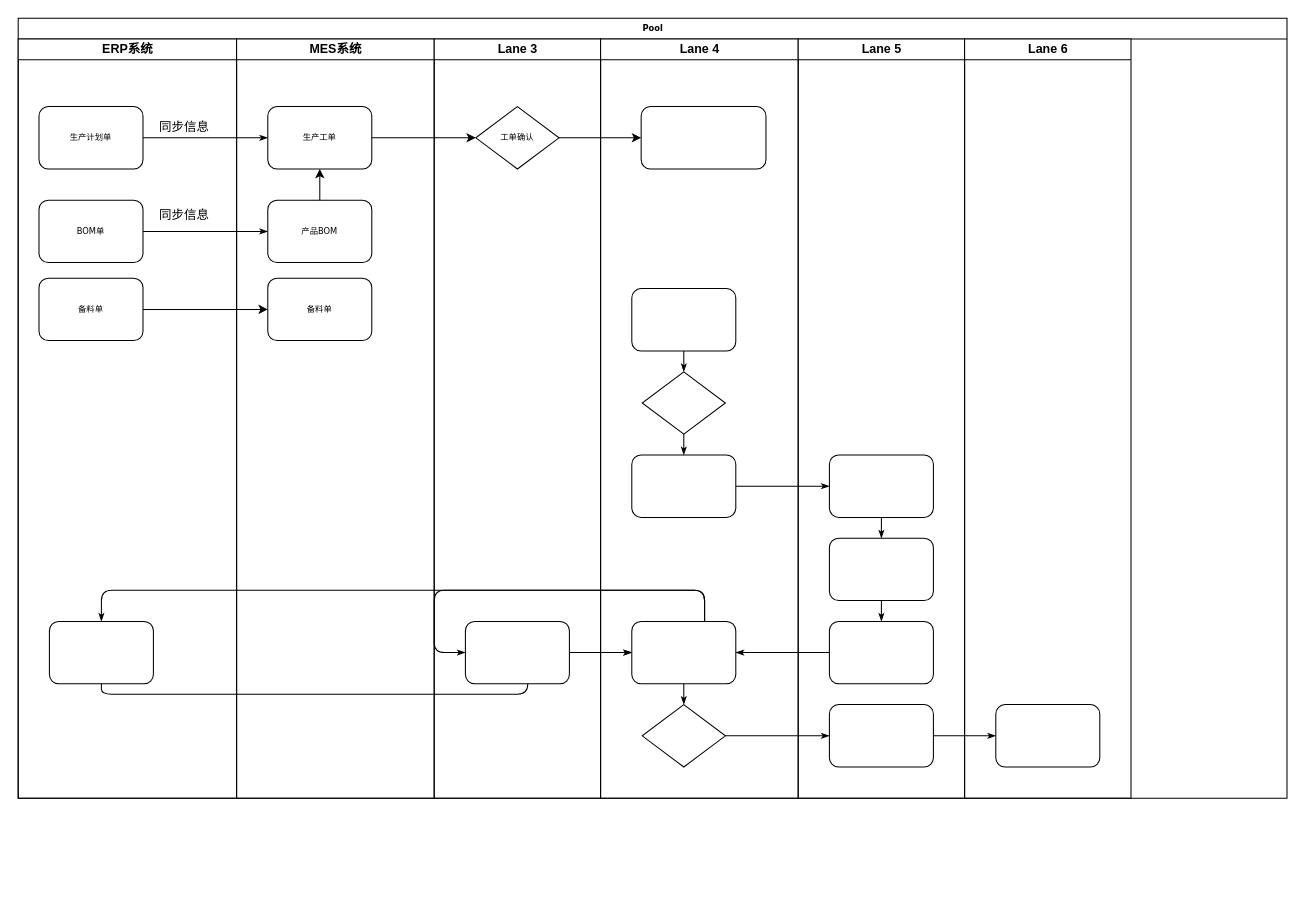
Before: data/MES.drawio in chenyanxi/hosts, a draw.io diagram. Source tidied: cells renumbered, new cells numbered last; positions are measured from the earlier drawing's top-left corner, leaving out a move shared by most shapes. Both pictures are drawn from the tidied source at 104%, with x=0, y=0 at pixel (18, 18).
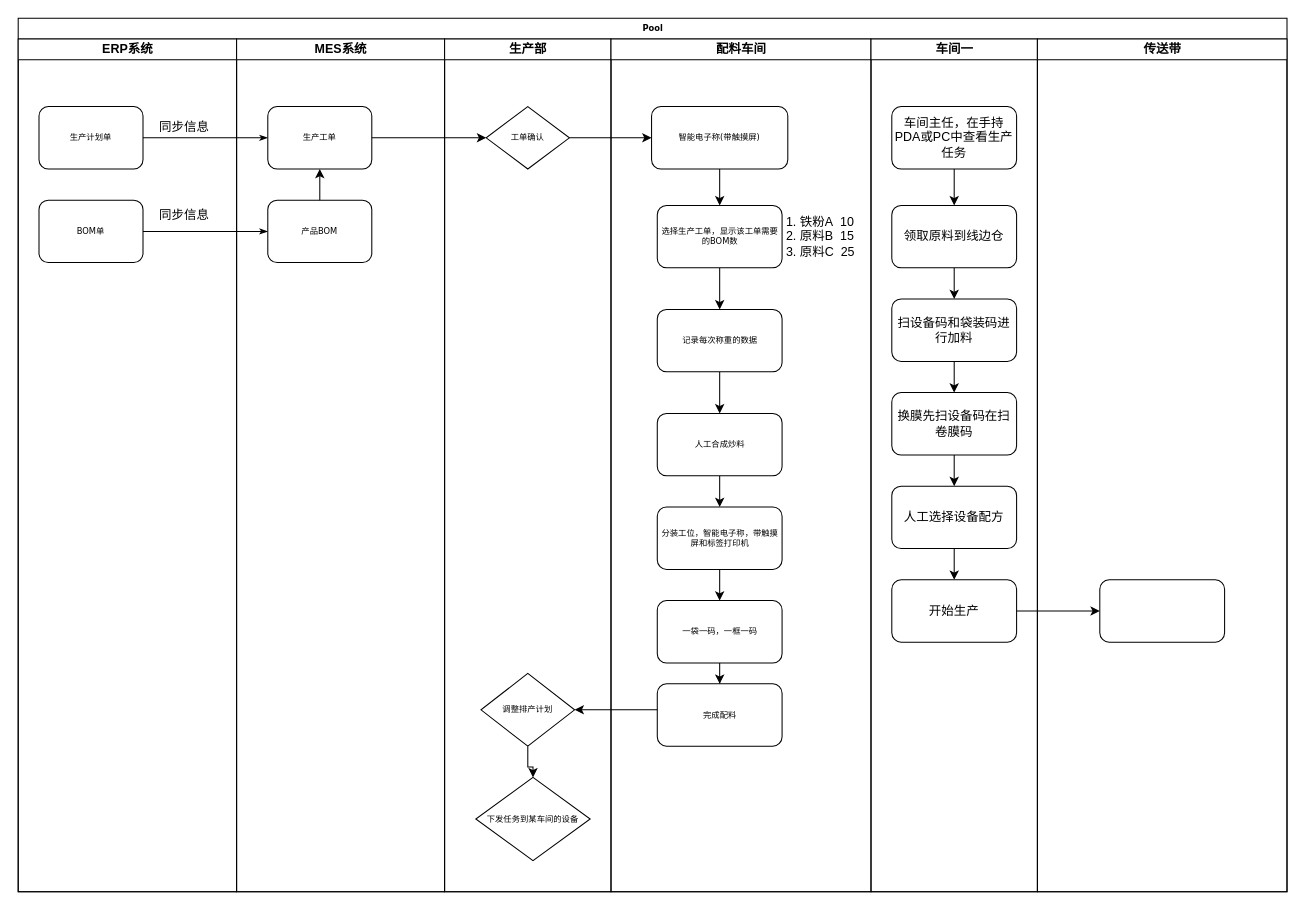
After the change.

Change to the diagram source:
```diff
@@
     <mxCell id="2" value="Pool" style="swimlane;html=1;startSize=20;rounded=0;shadow=0;labelBackgroundColor=none;strokeWidth=1;fontFamily=Verdana;fontSize=8;align=center;" parent="1" vertex="1">
-      <mxGeometry width="1220" height="750" as="geometry" />
+      <mxGeometry width="1220" height="840" as="geometry" />
     </mxCell>
     <mxCell id="3" value="ERP系统" style="swimlane;html=1;startSize=20;" parent="2" vertex="1">
-      <mxGeometry y="20" width="210" height="730" as="geometry" />
+      <mxGeometry y="20" width="210" height="820" as="geometry" />
     </mxCell>
@@
-    <mxCell id="6" style="rounded=1;whiteSpace=wrap;html=1;shadow=0;labelBackgroundColor=none;strokeWidth=1;fontFamily=Verdana;fontSize=8;align=center;" parent="3" vertex="1">
-      <mxGeometry x="30" y="560" width="100" height="60" as="geometry" />
-    </mxCell>
@@
-    <mxCell id="9" value="备料单" style="rounded=1;whiteSpace=wrap;html=1;shadow=0;labelBackgroundColor=none;strokeWidth=1;fontFamily=Verdana;fontSize=8;align=center;" parent="3" vertex="1">
-      <mxGeometry x="20" y="230" width="100" height="60" as="geometry" />
-    </mxCell>
@@
-    <mxCell id="12" style="edgeStyle=orthogonalEdgeStyle;rounded=1;html=1;labelBackgroundColor=none;startArrow=none;startFill=0;startSize=5;endArrow=classicThin;endFill=1;endSize=5;jettySize=auto;strokeWidth=1;fontFamily=Verdana;fontSize=8;" parent="2" edge="1" source="33" target="42">
-      <mxGeometry relative="1" as="geometry" />
-    </mxCell>
-    <mxCell id="13" style="edgeStyle=orthogonalEdgeStyle;rounded=1;html=1;labelBackgroundColor=none;startArrow=none;startFill=0;startSize=5;endArrow=classicThin;endFill=1;endSize=5;jettySize=auto;strokeWidth=1;fontFamily=Verdana;fontSize=8;" parent="2" edge="1" source="42" target="46">
-      <mxGeometry relative="1" as="geometry" />
-    </mxCell>
-    <mxCell id="14" style="edgeStyle=orthogonalEdgeStyle;rounded=1;html=1;labelBackgroundColor=none;startArrow=none;startFill=0;startSize=5;endArrow=classicThin;endFill=1;endSize=5;jettySize=auto;strokeWidth=1;fontFamily=Verdana;fontSize=8;" parent="2" edge="1" source="31" target="39">
-      <mxGeometry relative="1" as="geometry" />
-    </mxCell>
-    <mxCell id="15" style="edgeStyle=orthogonalEdgeStyle;rounded=1;html=1;labelBackgroundColor=none;startArrow=none;startFill=0;startSize=5;endArrow=classicThin;endFill=1;endSize=5;jettySize=auto;strokeWidth=1;fontFamily=Verdana;fontSize=8;" parent="2" edge="1" source="41" target="27">
-      <mxGeometry relative="1" as="geometry">
-        <Array as="points">
-          <mxPoint x="660" y="610" />
-          <mxPoint x="660" y="550" />
-          <mxPoint x="400" y="550" />
-        </Array>
-      </mxGeometry>
-    </mxCell>
-    <mxCell id="16" style="edgeStyle=orthogonalEdgeStyle;rounded=1;html=1;labelBackgroundColor=none;startArrow=none;startFill=0;startSize=5;endArrow=classicThin;endFill=1;endSize=5;jettySize=auto;strokeColor=#000000;strokeWidth=1;fontFamily=Verdana;fontSize=8;fontColor=#000000;" parent="2" edge="1" source="41" target="32">
-      <mxGeometry relative="1" as="geometry" />
-    </mxCell>
-    <mxCell id="17" style="edgeStyle=orthogonalEdgeStyle;rounded=1;html=1;labelBackgroundColor=none;startArrow=none;startFill=0;startSize=5;endArrow=classicThin;endFill=1;endSize=5;jettySize=auto;strokeWidth=1;fontFamily=Verdana;fontSize=8;" parent="2" edge="1" source="41" target="6">
-      <mxGeometry relative="1" as="geometry">
-        <Array as="points">
-          <mxPoint x="660" y="610" />
-          <mxPoint x="660" y="550" />
-          <mxPoint x="80" y="550" />
-        </Array>
-      </mxGeometry>
-    </mxCell>
-    <mxCell id="18" style="edgeStyle=orthogonalEdgeStyle;rounded=1;html=1;labelBackgroundColor=none;startArrow=none;startFill=0;startSize=5;endArrow=classicThin;endFill=1;endSize=5;jettySize=auto;strokeWidth=1;fontFamily=Verdana;fontSize=8;" parent="2" edge="1" source="6" target="32">
-      <mxGeometry relative="1" as="geometry">
-        <Array as="points">
-          <mxPoint x="80" y="650" />
-          <mxPoint x="490" y="650" />
-          <mxPoint x="490" y="610" />
-        </Array>
-      </mxGeometry>
-    </mxCell>
-    <mxCell id="19" style="edgeStyle=orthogonalEdgeStyle;rounded=1;html=1;labelBackgroundColor=none;startArrow=none;startFill=0;startSize=5;endArrow=classicThin;endFill=1;endSize=5;jettySize=auto;strokeWidth=1;fontFamily=Verdana;fontSize=8;" parent="2" edge="1" source="27" target="32">
-      <mxGeometry relative="1" as="geometry" />
-    </mxCell>
     <mxCell id="20" value="MES系统" style="swimlane;html=1;startSize=20;" parent="2" vertex="1">
-      <mxGeometry x="210" y="20" width="190" height="730" as="geometry" />
+      <mxGeometry x="210" y="20" width="200" height="820" as="geometry" />
     </mxCell>
@@
-    <mxCell id="24" value="备料单" style="whiteSpace=wrap;html=1;fontSize=8;fontFamily=Verdana;rounded=1;shadow=0;labelBackgroundColor=none;strokeWidth=1;" parent="20" vertex="1">
-      <mxGeometry x="30" y="230" width="100" height="60" as="geometry" />
-    </mxCell>
-    <mxCell id="25" value="Lane 3" style="swimlane;html=1;startSize=20;" parent="2" vertex="1">
-      <mxGeometry x="400" y="20" width="160" height="730" as="geometry" />
+    <mxCell id="25" value="生产部" style="swimlane;html=1;startSize=20;" parent="2" vertex="1">
+      <mxGeometry x="410" y="20" width="160" height="820" as="geometry" />
     </mxCell>
@@
-    <mxCell id="27" style="rounded=1;whiteSpace=wrap;html=1;shadow=0;labelBackgroundColor=none;strokeWidth=1;fontFamily=Verdana;fontSize=8;align=center;" parent="25" vertex="1">
-      <mxGeometry x="30" y="560" width="100" height="60" as="geometry" />
-    </mxCell>
+    <mxCell id="50" style="edgeStyle=orthogonalEdgeStyle;rounded=0;jettySize=auto;html=1;" parent="25" edge="1" source="51" target="52">
+      <mxGeometry relative="1" as="geometry" />
+    </mxCell>
+    <mxCell id="51" value="调整排产计划" style="rhombus;whiteSpace=wrap;html=1;rounded=0;shadow=0;labelBackgroundColor=none;strokeWidth=1;fontFamily=Verdana;fontSize=8;align=center;" parent="25" vertex="1">
+      <mxGeometry x="35" y="610" width="90" height="70" as="geometry" />
+    </mxCell>
+    <mxCell id="52" value="下发任务到某车间的设备" style="rhombus;whiteSpace=wrap;html=1;rounded=0;shadow=0;labelBackgroundColor=none;strokeWidth=1;fontFamily=Verdana;fontSize=8;align=center;" parent="25" vertex="1">
+      <mxGeometry x="30" y="710" width="110" height="80" as="geometry" />
+    </mxCell>
-    <mxCell id="28" value="Lane 4" style="swimlane;html=1;startSize=20;" parent="2" vertex="1">
-      <mxGeometry x="560" y="20" width="190" height="730" as="geometry" />
+    <mxCell id="28" value="配料车间" style="swimlane;html=1;startSize=20;" parent="2" vertex="1">
+      <mxGeometry x="570" y="20" width="250" height="820" as="geometry" />
     </mxCell>
-    <mxCell id="29" style="rounded=1;whiteSpace=wrap;html=1;shadow=0;labelBackgroundColor=none;strokeWidth=1;fontFamily=Verdana;fontSize=8;align=center;" parent="28" vertex="1">
-      <mxGeometry x="30" y="240" width="100" height="60" as="geometry" />
-    </mxCell>
-    <mxCell id="30" style="rhombus;whiteSpace=wrap;html=1;rounded=0;shadow=0;labelBackgroundColor=none;strokeWidth=1;fontFamily=Verdana;fontSize=8;align=center;" parent="28" vertex="1">
-      <mxGeometry x="40" y="320" width="80" height="60" as="geometry" />
-    </mxCell>
-    <mxCell id="31" style="rounded=1;whiteSpace=wrap;html=1;shadow=0;labelBackgroundColor=none;strokeWidth=1;fontFamily=Verdana;fontSize=8;align=center;" parent="28" vertex="1">
-      <mxGeometry x="30" y="400" width="100" height="60" as="geometry" />
-    </mxCell>
-    <mxCell id="32" style="rounded=1;whiteSpace=wrap;html=1;shadow=0;labelBackgroundColor=none;strokeWidth=1;fontFamily=Verdana;fontSize=8;align=center;" parent="28" vertex="1">
-      <mxGeometry x="30" y="560" width="100" height="60" as="geometry" />
-    </mxCell>
-    <mxCell id="33" style="rhombus;whiteSpace=wrap;html=1;rounded=0;shadow=0;labelBackgroundColor=none;strokeWidth=1;fontFamily=Verdana;fontSize=8;align=center;" parent="28" vertex="1">
-      <mxGeometry x="40" y="640" width="80" height="60" as="geometry" />
-    </mxCell>
-    <mxCell id="34" style="edgeStyle=orthogonalEdgeStyle;rounded=1;html=1;labelBackgroundColor=none;startArrow=none;startFill=0;startSize=5;endArrow=classicThin;endFill=1;endSize=5;jettySize=auto;strokeColor=#000000;strokeWidth=1;fontFamily=Verdana;fontSize=8;fontColor=#000000;" parent="28" edge="1" source="29" target="30">
-      <mxGeometry relative="1" as="geometry" />
-    </mxCell>
-    <mxCell id="35" style="edgeStyle=orthogonalEdgeStyle;rounded=1;html=1;labelBackgroundColor=none;startArrow=none;startFill=0;startSize=5;endArrow=classicThin;endFill=1;endSize=5;jettySize=auto;strokeWidth=1;fontFamily=Verdana;fontSize=8;" parent="28" edge="1" source="30" target="31">
-      <mxGeometry relative="1" as="geometry" />
-    </mxCell>
-    <mxCell id="36" style="edgeStyle=orthogonalEdgeStyle;rounded=1;html=1;labelBackgroundColor=none;startArrow=none;startFill=0;startSize=5;endArrow=classicThin;endFill=1;endSize=5;jettySize=auto;strokeWidth=1;fontFamily=Verdana;fontSize=8;" parent="28" edge="1" source="32" target="33">
-      <mxGeometry relative="1" as="geometry" />
-    </mxCell>
+    <mxCell id="53" style="edgeStyle=orthogonalEdgeStyle;rounded=0;jettySize=auto;html=1;" parent="28" edge="1" source="37" target="55">
+      <mxGeometry relative="1" as="geometry" />
+    </mxCell>
-    <mxCell id="37" style="whiteSpace=wrap;html=1;fontSize=8;fontFamily=Verdana;rounded=1;shadow=0;labelBackgroundColor=none;strokeWidth=1;" parent="28" vertex="1">
-      <mxGeometry x="39" y="65" width="120" height="60" as="geometry" />
+    <mxCell id="37" value="智能电子称(带触摸屏)" style="whiteSpace=wrap;html=1;fontSize=8;fontFamily=Verdana;rounded=1;shadow=0;labelBackgroundColor=none;strokeWidth=1;" parent="28" vertex="1">
+      <mxGeometry x="39" y="65" width="131" height="60" as="geometry" />
     </mxCell>
+    <mxCell id="54" style="edgeStyle=orthogonalEdgeStyle;rounded=0;jettySize=auto;html=1;" parent="28" edge="1" source="55" target="58">
+      <mxGeometry relative="1" as="geometry" />
+    </mxCell>
+    <mxCell id="55" value="选择生产工单，显示该工单需要的BOM数" style="whiteSpace=wrap;html=1;fontSize=8;fontFamily=Verdana;rounded=1;shadow=0;labelBackgroundColor=none;strokeWidth=1;" parent="28" vertex="1">
+      <mxGeometry x="44.5" y="160" width="120" height="60" as="geometry" />
+    </mxCell>
+    <mxCell id="56" value="&lt;ol&gt;&lt;li&gt;铁粉A&amp;nbsp; 10&lt;/li&gt;&lt;li&gt;原料B&amp;nbsp; 15&lt;/li&gt;&lt;li&gt;原料C&amp;nbsp; 25&lt;/li&gt;&lt;/ol&gt;" style="text;strokeColor=none;fillColor=none;html=1;whiteSpace=wrap;verticalAlign=middle;overflow=hidden;" parent="28" vertex="1">
+      <mxGeometry x="140" y="150" width="100" height="80" as="geometry" />
+    </mxCell>
+    <mxCell id="57" style="edgeStyle=orthogonalEdgeStyle;rounded=0;jettySize=auto;html=1;" parent="28" edge="1" source="58" target="60">
+      <mxGeometry relative="1" as="geometry" />
+    </mxCell>
+    <mxCell id="58" value="记录每次称重的数据" style="whiteSpace=wrap;html=1;fontSize=8;fontFamily=Verdana;rounded=1;shadow=0;labelBackgroundColor=none;strokeWidth=1;" parent="28" vertex="1">
+      <mxGeometry x="44.5" y="260" width="120" height="60" as="geometry" />
+    </mxCell>
+    <mxCell id="59" style="edgeStyle=orthogonalEdgeStyle;rounded=0;jettySize=auto;html=1;" parent="28" edge="1" source="60" target="62">
+      <mxGeometry relative="1" as="geometry" />
+    </mxCell>
+    <mxCell id="60" value="人工合成炒料" style="whiteSpace=wrap;html=1;fontSize=8;fontFamily=Verdana;rounded=1;shadow=0;labelBackgroundColor=none;strokeWidth=1;" parent="28" vertex="1">
+      <mxGeometry x="44.5" y="360" width="120" height="60" as="geometry" />
+    </mxCell>
+    <mxCell id="61" style="edgeStyle=orthogonalEdgeStyle;rounded=0;jettySize=auto;html=1;" parent="28" edge="1" source="62" target="64">
+      <mxGeometry relative="1" as="geometry" />
+    </mxCell>
+    <mxCell id="62" value="分装工位，智能电子称，带触摸屏和标签打印机" style="whiteSpace=wrap;html=1;fontSize=8;fontFamily=Verdana;rounded=1;shadow=0;labelBackgroundColor=none;strokeWidth=1;" parent="28" vertex="1">
+      <mxGeometry x="44.5" y="450" width="120" height="60" as="geometry" />
+    </mxCell>
+    <mxCell id="63" style="edgeStyle=orthogonalEdgeStyle;rounded=0;jettySize=auto;html=1;" parent="28" edge="1" source="64" target="65">
+      <mxGeometry relative="1" as="geometry" />
+    </mxCell>
+    <mxCell id="64" value="一袋一码，一框一码" style="whiteSpace=wrap;html=1;fontSize=8;fontFamily=Verdana;rounded=1;shadow=0;labelBackgroundColor=none;strokeWidth=1;" parent="28" vertex="1">
+      <mxGeometry x="44.5" y="540" width="120" height="60" as="geometry" />
+    </mxCell>
+    <mxCell id="65" value="完成配料" style="whiteSpace=wrap;html=1;fontSize=8;fontFamily=Verdana;rounded=1;shadow=0;labelBackgroundColor=none;strokeWidth=1;" parent="28" vertex="1">
+      <mxGeometry x="44.5" y="620" width="120" height="60" as="geometry" />
+    </mxCell>
-    <mxCell id="38" value="Lane 5" style="swimlane;html=1;startSize=20;" parent="2" vertex="1">
-      <mxGeometry x="750" y="20" width="160" height="730" as="geometry" />
+    <mxCell id="38" value="车间一" style="swimlane;html=1;startSize=20;" parent="2" vertex="1">
+      <mxGeometry x="820" y="20" width="160" height="820" as="geometry" />
     </mxCell>
-    <mxCell id="39" style="rounded=1;whiteSpace=wrap;html=1;shadow=0;labelBackgroundColor=none;strokeWidth=1;fontFamily=Verdana;fontSize=8;align=center;" parent="38" vertex="1">
-      <mxGeometry x="30" y="400" width="100" height="60" as="geometry" />
-    </mxCell>
-    <mxCell id="40" style="rounded=1;whiteSpace=wrap;html=1;shadow=0;labelBackgroundColor=none;strokeWidth=1;fontFamily=Verdana;fontSize=8;align=center;" parent="38" vertex="1">
-      <mxGeometry x="30" y="480" width="100" height="60" as="geometry" />
-    </mxCell>
-    <mxCell id="41" style="rounded=1;whiteSpace=wrap;html=1;shadow=0;labelBackgroundColor=none;strokeWidth=1;fontFamily=Verdana;fontSize=8;align=center;" parent="38" vertex="1">
-      <mxGeometry x="30" y="560" width="100" height="60" as="geometry" />
-    </mxCell>
-    <mxCell id="42" style="rounded=1;whiteSpace=wrap;html=1;shadow=0;labelBackgroundColor=none;strokeWidth=1;fontFamily=Verdana;fontSize=8;align=center;" parent="38" vertex="1">
-      <mxGeometry x="30" y="640" width="100" height="60" as="geometry" />
-    </mxCell>
-    <mxCell id="43" style="edgeStyle=orthogonalEdgeStyle;rounded=1;html=1;labelBackgroundColor=none;startArrow=none;startFill=0;startSize=5;endArrow=classicThin;endFill=1;endSize=5;jettySize=auto;strokeWidth=1;fontFamily=Verdana;fontSize=8;" parent="38" edge="1" source="39" target="40">
-      <mxGeometry relative="1" as="geometry" />
-    </mxCell>
-    <mxCell id="44" style="edgeStyle=orthogonalEdgeStyle;rounded=1;html=1;labelBackgroundColor=none;startArrow=none;startFill=0;startSize=5;endArrow=classicThin;endFill=1;endSize=5;jettySize=auto;strokeWidth=1;fontFamily=Verdana;fontSize=8;" parent="38" edge="1" source="40" target="41">
-      <mxGeometry relative="1" as="geometry" />
-    </mxCell>
+    <mxCell id="66" style="edgeStyle=orthogonalEdgeStyle;rounded=0;jettySize=auto;html=1;" parent="38" edge="1" source="67" target="69">
+      <mxGeometry relative="1" as="geometry" />
+    </mxCell>
+    <mxCell id="67" value="车间主任，在手持PDA或PC中查看生产任务" style="rounded=1;whiteSpace=wrap;html=1;" parent="38" vertex="1">
+      <mxGeometry x="20" y="65" width="120" height="60" as="geometry" />
+    </mxCell>
+    <mxCell id="68" style="edgeStyle=orthogonalEdgeStyle;rounded=0;jettySize=auto;html=1;" parent="38" edge="1" source="69" target="71">
+      <mxGeometry relative="1" as="geometry" />
+    </mxCell>
+    <mxCell id="69" value="领取原料到线边仓" style="whiteSpace=wrap;html=1;rounded=1;" parent="38" vertex="1">
+      <mxGeometry x="20" y="160" width="120" height="60" as="geometry" />
+    </mxCell>
+    <mxCell id="70" style="edgeStyle=orthogonalEdgeStyle;rounded=0;jettySize=auto;html=1;" parent="38" edge="1" source="71" target="73">
+      <mxGeometry relative="1" as="geometry" />
+    </mxCell>
+    <mxCell id="71" value="扫设备码和袋装码进行加料" style="whiteSpace=wrap;html=1;rounded=1;" parent="38" vertex="1">
+      <mxGeometry x="20" y="250" width="120" height="60" as="geometry" />
+    </mxCell>
+    <mxCell id="72" style="edgeStyle=orthogonalEdgeStyle;rounded=0;jettySize=auto;html=1;" parent="38" edge="1" source="73">
+      <mxGeometry relative="1" as="geometry">
+        <mxPoint x="80" y="430" as="targetPoint" />
+      </mxGeometry>
+    </mxCell>
+    <mxCell id="73" value="换膜先扫设备码在扫卷膜码" style="whiteSpace=wrap;html=1;rounded=1;" parent="38" vertex="1">
+      <mxGeometry x="20" y="340" width="120" height="60" as="geometry" />
+    </mxCell>
+    <mxCell id="74" style="edgeStyle=orthogonalEdgeStyle;rounded=0;jettySize=auto;html=1;" parent="38" edge="1" source="75" target="76">
+      <mxGeometry relative="1" as="geometry" />
+    </mxCell>
+    <mxCell id="75" value="人工选择设备配方" style="whiteSpace=wrap;html=1;rounded=1;" parent="38" vertex="1">
+      <mxGeometry x="20" y="430" width="120" height="60" as="geometry" />
+    </mxCell>
+    <mxCell id="76" value="开始生产" style="whiteSpace=wrap;html=1;rounded=1;" parent="38" vertex="1">
+      <mxGeometry x="20" y="520" width="120" height="60" as="geometry" />
+    </mxCell>
-    <mxCell id="45" value="Lane 6" style="swimlane;html=1;startSize=20;" parent="2" vertex="1">
-      <mxGeometry x="910" y="20" width="160" height="730" as="geometry" />
+    <mxCell id="45" value="传送带" style="swimlane;html=1;startSize=20;" parent="2" vertex="1">
+      <mxGeometry x="980" y="20" width="240" height="820" as="geometry" />
     </mxCell>
-    <mxCell id="46" style="rounded=1;whiteSpace=wrap;html=1;shadow=0;labelBackgroundColor=none;strokeWidth=1;fontFamily=Verdana;fontSize=8;align=center;" parent="45" vertex="1">
-      <mxGeometry x="30" y="640" width="100" height="60" as="geometry" />
-    </mxCell>
+    <mxCell id="77" style="whiteSpace=wrap;html=1;rounded=1;" parent="45" vertex="1">
+      <mxGeometry x="60" y="520" width="120" height="60" as="geometry" />
+    </mxCell>
@@
-    <mxCell id="49" style="edgeStyle=orthogonalEdgeStyle;rounded=0;jettySize=auto;html=1;" parent="2" edge="1" source="9" target="24">
-      <mxGeometry relative="1" as="geometry" />
-    </mxCell>
+    <mxCell id="78" style="edgeStyle=orthogonalEdgeStyle;rounded=0;jettySize=auto;html=1;" parent="2" edge="1" source="65" target="51">
+      <mxGeometry relative="1" as="geometry">
+        <Array as="points">
+          <mxPoint x="600" y="665" />
+          <mxPoint x="600" y="665" />
+        </Array>
+      </mxGeometry>
+    </mxCell>
+    <mxCell id="79" style="edgeStyle=orthogonalEdgeStyle;rounded=0;jettySize=auto;html=1;" parent="2" edge="1" source="76" target="77">
+      <mxGeometry relative="1" as="geometry" />
+    </mxCell>
```
